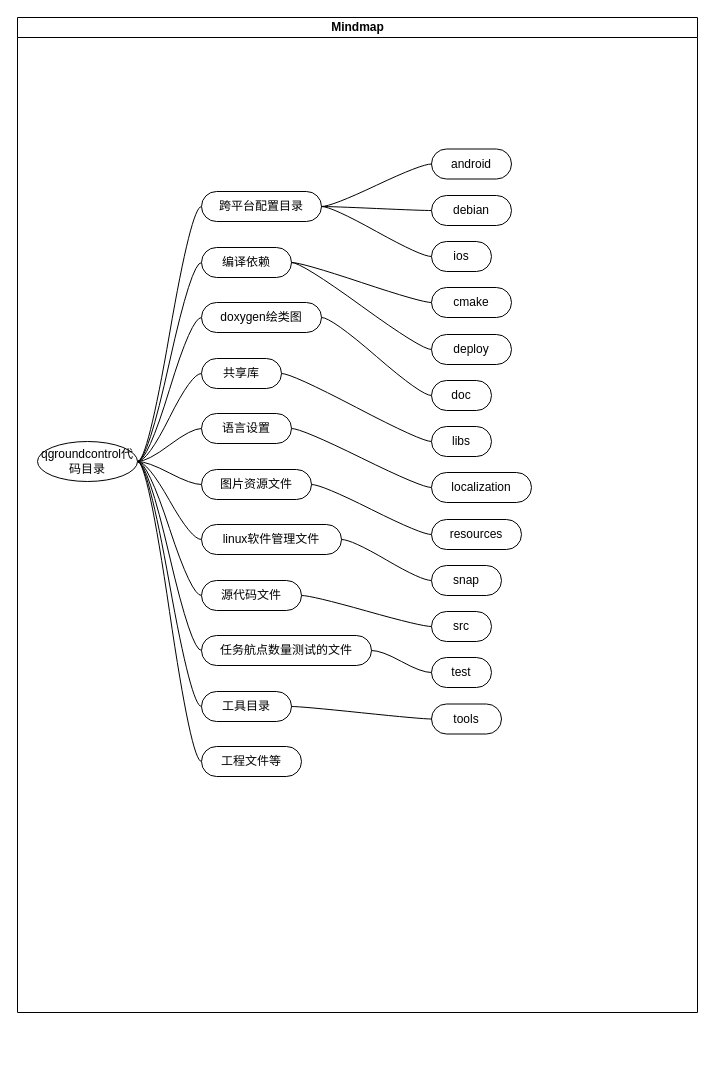
Above: page "Page-1" (1 of 4) of qgroundcontrol代码目录图.drawio in wang20180729/IEEE-USYS2018- (draw.io), before the change. Source tidied: cells renumbered, new cells numbered last; positions are measured from the earlier drawing's top-left corner, leaving out a move shared by most shapes. Both pictures are drawn from the tidied source at 100%, with x=0, y=0 at pixel (17, 17).
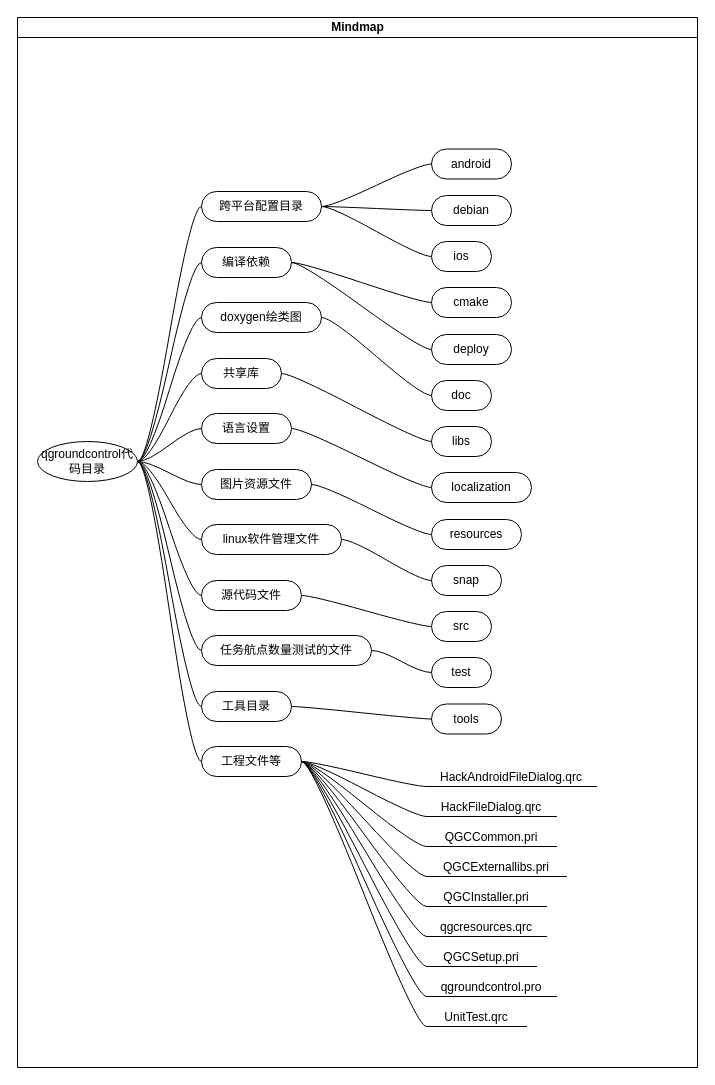
The same page after the edit.

The change refers to these unchanged cells:
```xml
<mxCell id="51" value="工程文件等" style="whiteSpace=wrap;html=1;rounded=1;arcSize=50;align=center;verticalAlign=middle;strokeWidth=1;spacing=4;flipH=1;" parent="2" vertex="1">
  <mxGeometry x="184" y="729" width="100" height="30" as="geometry" />
</mxCell>
```

Diff of the diagram source:
```diff
@@
     <mxCell id="2" value="Mindmap" style="swimlane;html=1;startSize=20;horizontal=1;containerType=tree;" parent="1" vertex="1">
-      <mxGeometry width="680" height="995" as="geometry" />
+      <mxGeometry width="680" height="1050" as="geometry" />
     </mxCell>
@@
+    <mxCell id="52" value="HackAndroidFileDialog.qrc&lt;br&gt;" style="whiteSpace=wrap;html=1;shape=partialRectangle;top=0;left=0;bottom=1;right=0;points=[[0,1],[1,1]];strokeColor=#000000;fillColor=none;align=center;verticalAlign=bottom;routingCenterY=0.5;snapToPoint=1;" parent="2" vertex="1">
+      <mxGeometry x="409" y="749" width="170" height="20" as="geometry" />
+    </mxCell>
+    <mxCell id="53" style="edgeStyle=entityRelationEdgeStyle;startArrow=none;endArrow=none;segment=10;curved=1;exitX=1;exitY=0.5;exitDx=0;exitDy=0;" parent="2" edge="1" source="51" target="52">
+      <mxGeometry relative="1" as="geometry" />
+    </mxCell>
+    <mxCell id="54" style="edgeStyle=entityRelationEdgeStyle;startArrow=none;endArrow=none;segment=10;curved=1;exitX=1;exitY=0.5;exitDx=0;exitDy=0;" parent="2" edge="1" source="51" target="55">
+      <mxGeometry relative="1" as="geometry" />
+    </mxCell>
+    <mxCell id="55" value="HackFileDialog.qrc&lt;br&gt;" style="whiteSpace=wrap;html=1;shape=partialRectangle;top=0;left=0;bottom=1;right=0;points=[[0,1],[1,1]];strokeColor=#000000;fillColor=none;align=center;verticalAlign=bottom;routingCenterY=0.5;snapToPoint=1;" parent="2" vertex="1">
+      <mxGeometry x="409" y="779" width="130" height="20" as="geometry" />
+    </mxCell>
+    <mxCell id="56" style="edgeStyle=entityRelationEdgeStyle;startArrow=none;endArrow=none;segment=10;curved=1;exitX=1;exitY=0.5;exitDx=0;exitDy=0;" parent="2" edge="1" source="51" target="57">
+      <mxGeometry relative="1" as="geometry" />
+    </mxCell>
+    <mxCell id="57" value="QGCCommon.pri&lt;br&gt;" style="whiteSpace=wrap;html=1;shape=partialRectangle;top=0;left=0;bottom=1;right=0;points=[[0,1],[1,1]];strokeColor=#000000;fillColor=none;align=center;verticalAlign=bottom;routingCenterY=0.5;snapToPoint=1;" parent="2" vertex="1">
+      <mxGeometry x="409" y="809" width="130" height="20" as="geometry" />
+    </mxCell>
+    <mxCell id="58" style="edgeStyle=entityRelationEdgeStyle;startArrow=none;endArrow=none;segment=10;curved=1;exitX=1;exitY=0.5;exitDx=0;exitDy=0;" parent="2" edge="1" source="51" target="59">
+      <mxGeometry relative="1" as="geometry" />
+    </mxCell>
+    <mxCell id="59" value="QGCExternallibs.pri&lt;br&gt;" style="whiteSpace=wrap;html=1;shape=partialRectangle;top=0;left=0;bottom=1;right=0;points=[[0,1],[1,1]];strokeColor=#000000;fillColor=none;align=center;verticalAlign=bottom;routingCenterY=0.5;snapToPoint=1;" parent="2" vertex="1">
+      <mxGeometry x="409" y="839" width="140" height="20" as="geometry" />
+    </mxCell>
+    <mxCell id="60" style="edgeStyle=entityRelationEdgeStyle;startArrow=none;endArrow=none;segment=10;curved=1;exitX=1;exitY=0.5;exitDx=0;exitDy=0;" parent="2" edge="1" source="51" target="61">
+      <mxGeometry relative="1" as="geometry" />
+    </mxCell>
+    <mxCell id="61" value="QGCInstaller.pri&lt;br&gt;" style="whiteSpace=wrap;html=1;shape=partialRectangle;top=0;left=0;bottom=1;right=0;points=[[0,1],[1,1]];strokeColor=#000000;fillColor=none;align=center;verticalAlign=bottom;routingCenterY=0.5;snapToPoint=1;" parent="2" vertex="1">
+      <mxGeometry x="409" y="869" width="120" height="20" as="geometry" />
+    </mxCell>
+    <mxCell id="62" style="edgeStyle=entityRelationEdgeStyle;startArrow=none;endArrow=none;segment=10;curved=1;exitX=1;exitY=0.5;exitDx=0;exitDy=0;" parent="2" edge="1" source="51" target="63">
+      <mxGeometry relative="1" as="geometry" />
+    </mxCell>
+    <mxCell id="63" value="qgcresources.qrc&lt;br&gt;" style="whiteSpace=wrap;html=1;shape=partialRectangle;top=0;left=0;bottom=1;right=0;points=[[0,1],[1,1]];strokeColor=#000000;fillColor=none;align=center;verticalAlign=bottom;routingCenterY=0.5;snapToPoint=1;" parent="2" vertex="1">
+      <mxGeometry x="409" y="899" width="120" height="20" as="geometry" />
+    </mxCell>
+    <mxCell id="64" style="edgeStyle=entityRelationEdgeStyle;startArrow=none;endArrow=none;segment=10;curved=1;exitX=1;exitY=0.5;exitDx=0;exitDy=0;" parent="2" edge="1" source="51" target="65">
+      <mxGeometry relative="1" as="geometry" />
+    </mxCell>
+    <mxCell id="65" value="QGCSetup.pri&lt;br&gt;" style="whiteSpace=wrap;html=1;shape=partialRectangle;top=0;left=0;bottom=1;right=0;points=[[0,1],[1,1]];strokeColor=#000000;fillColor=none;align=center;verticalAlign=bottom;routingCenterY=0.5;snapToPoint=1;" parent="2" vertex="1">
+      <mxGeometry x="409" y="929" width="110" height="20" as="geometry" />
+    </mxCell>
+    <mxCell id="66" style="edgeStyle=entityRelationEdgeStyle;startArrow=none;endArrow=none;segment=10;curved=1;exitX=1;exitY=0.5;exitDx=0;exitDy=0;" parent="2" edge="1" source="51" target="67">
+      <mxGeometry relative="1" as="geometry" />
+    </mxCell>
+    <mxCell id="67" value="qgroundcontrol.pro&lt;br&gt;" style="whiteSpace=wrap;html=1;shape=partialRectangle;top=0;left=0;bottom=1;right=0;points=[[0,1],[1,1]];strokeColor=#000000;fillColor=none;align=center;verticalAlign=bottom;routingCenterY=0.5;snapToPoint=1;" parent="2" vertex="1">
+      <mxGeometry x="409" y="959" width="130" height="20" as="geometry" />
+    </mxCell>
+    <mxCell id="68" style="edgeStyle=entityRelationEdgeStyle;startArrow=none;endArrow=none;segment=10;curved=1;exitX=1;exitY=0.5;exitDx=0;exitDy=0;" parent="2" edge="1" source="51" target="69">
+      <mxGeometry relative="1" as="geometry" />
+    </mxCell>
+    <mxCell id="69" value="UnitTest.qrc&lt;br&gt;" style="whiteSpace=wrap;html=1;shape=partialRectangle;top=0;left=0;bottom=1;right=0;points=[[0,1],[1,1]];strokeColor=#000000;fillColor=none;align=center;verticalAlign=bottom;routingCenterY=0.5;snapToPoint=1;" parent="2" vertex="1">
+      <mxGeometry x="409" y="989" width="100" height="20" as="geometry" />
+    </mxCell>
```
